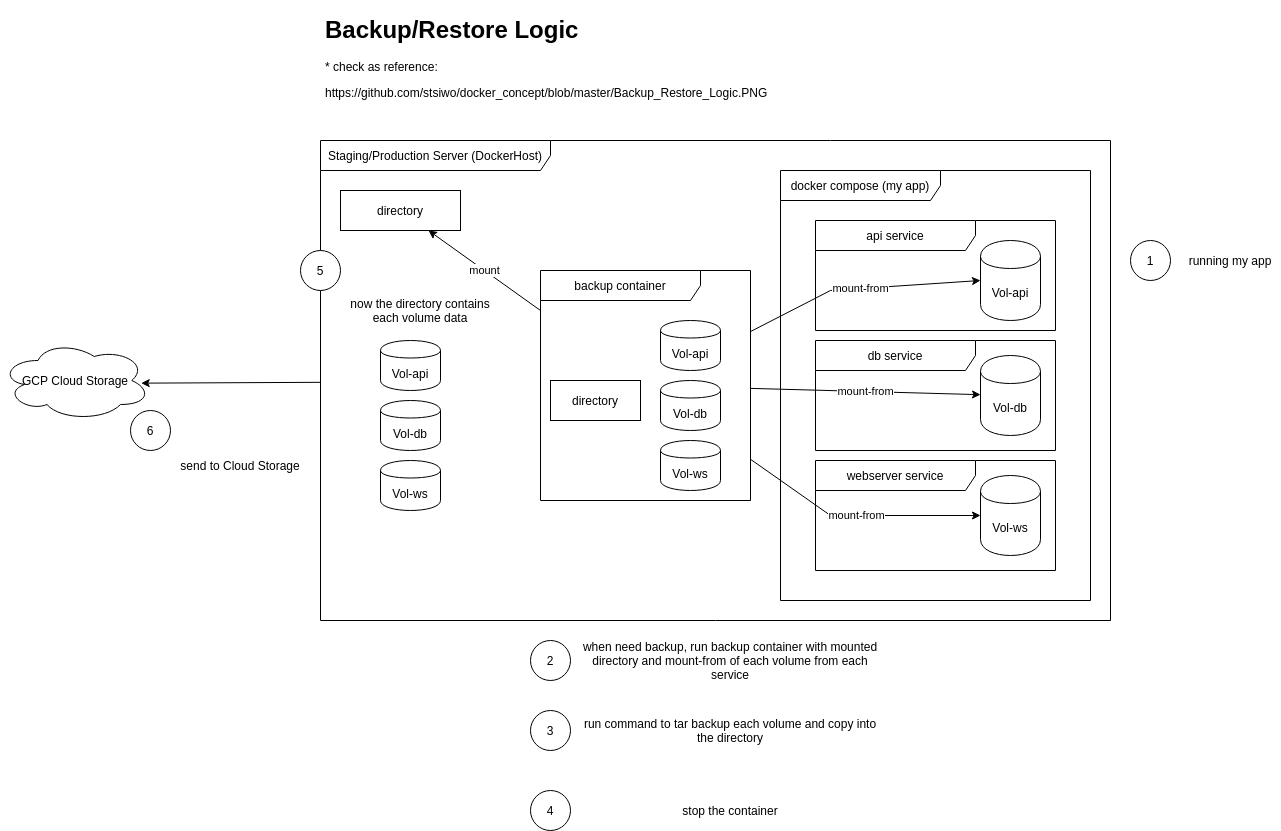
This is Backup_Logic.PNG from stsiwo/sts_blogs, a draw.io export, as it was before one commit. Source tidied: cells renumbered, new cells last; positions are measured from the earlier drawing's top-left corner, leaving out a move shared by most shapes. The source it was exported from:
```xml
<mxGraphModel>
  <root>
    <mxCell id="0" />
    <mxCell id="1" parent="0" />
    <mxCell id="2" value="&lt;h1&gt;Backup/Restore Logic&amp;nbsp;&lt;/h1&gt;&lt;p&gt;* check as reference:&amp;nbsp;&lt;/p&gt;&lt;a href=&quot;https://github.com/stsiwo/docker_concept/blob/master/Backup_Restore_Logic.PNG&quot;&gt;https://github.com/stsiwo/docker_concept/blob/master/Backup_Restore_Logic.PNG&lt;/a&gt;&lt;br&gt;&lt;br&gt;" style="text;html=1;strokeColor=none;fillColor=none;spacing=5;spacingTop=-20;whiteSpace=wrap;overflow=hidden;rounded=0;" parent="1" vertex="1">
      <mxGeometry x="320" width="490" height="120" as="geometry" />
    </mxCell>
    <mxCell id="3" style="edgeStyle=none;rounded=0;jettySize=auto;html=1;entryX=0.938;entryY=0.533;entryDx=0;entryDy=0;entryPerimeter=0;" parent="1" edge="1" source="4" target="32">
      <mxGeometry relative="1" as="geometry" />
    </mxCell>
    <mxCell id="4" value="Staging/Production Server (DockerHost)" style="shape=umlFrame;whiteSpace=wrap;html=1;width=230;height=30;" parent="1" vertex="1">
      <mxGeometry x="320" y="130" width="790" height="480" as="geometry" />
    </mxCell>
    <mxCell id="5" value="docker compose (my app)" style="shape=umlFrame;whiteSpace=wrap;html=1;width=160;height=30;" parent="1" vertex="1">
      <mxGeometry x="780" y="160" width="310" height="430" as="geometry" />
    </mxCell>
    <mxCell id="6" value="mount-from" style="edgeStyle=none;rounded=0;jettySize=auto;html=1;entryX=0;entryY=0.5;entryDx=0;entryDy=0;" parent="1" edge="1" source="10" target="15">
      <mxGeometry relative="1" as="geometry">
        <Array as="points">
          <mxPoint x="830" y="280" />
        </Array>
      </mxGeometry>
    </mxCell>
    <mxCell id="7" value="mount-from" style="edgeStyle=none;rounded=0;jettySize=auto;html=1;" parent="1" edge="1" source="10" target="16">
      <mxGeometry relative="1" as="geometry" />
    </mxCell>
    <mxCell id="8" value="mount-from" style="edgeStyle=none;rounded=0;jettySize=auto;html=1;entryX=0;entryY=0.5;entryDx=0;entryDy=0;" parent="1" edge="1" source="10" target="17">
      <mxGeometry relative="1" as="geometry">
        <Array as="points">
          <mxPoint x="830" y="505" />
        </Array>
      </mxGeometry>
    </mxCell>
    <mxCell id="9" value="mount" style="edgeStyle=none;rounded=0;jettySize=auto;html=1;" parent="1" edge="1" source="10" target="11">
      <mxGeometry relative="1" as="geometry" />
    </mxCell>
    <mxCell id="10" value="backup container" style="shape=umlFrame;whiteSpace=wrap;html=1;width=160;height=30;" parent="1" vertex="1">
      <mxGeometry x="540" y="260" width="210" height="230" as="geometry" />
    </mxCell>
    <mxCell id="11" value="directory" style="rounded=0;whiteSpace=wrap;html=1;" parent="1" vertex="1">
      <mxGeometry x="340" y="180" width="120" height="40" as="geometry" />
    </mxCell>
    <mxCell id="12" value="api service" style="shape=umlFrame;whiteSpace=wrap;html=1;width=160;height=30;" parent="1" vertex="1">
      <mxGeometry x="815" y="210" width="240" height="110" as="geometry" />
    </mxCell>
    <mxCell id="13" value="db service" style="shape=umlFrame;whiteSpace=wrap;html=1;width=160;height=30;" parent="1" vertex="1">
      <mxGeometry x="815" y="330" width="240" height="110" as="geometry" />
    </mxCell>
    <mxCell id="14" value="webserver service" style="shape=umlFrame;whiteSpace=wrap;html=1;width=160;height=30;" parent="1" vertex="1">
      <mxGeometry x="815" y="450" width="240" height="110" as="geometry" />
    </mxCell>
    <mxCell id="15" value="Vol-api" style="shape=cylinder;whiteSpace=wrap;html=1;boundedLbl=1;backgroundOutline=1;" parent="1" vertex="1">
      <mxGeometry x="980" y="230" width="60" height="80" as="geometry" />
    </mxCell>
    <mxCell id="16" value="Vol-db" style="shape=cylinder;whiteSpace=wrap;html=1;boundedLbl=1;backgroundOutline=1;" parent="1" vertex="1">
      <mxGeometry x="980" y="345" width="60" height="80" as="geometry" />
    </mxCell>
    <mxCell id="17" value="Vol-ws" style="shape=cylinder;whiteSpace=wrap;html=1;boundedLbl=1;backgroundOutline=1;" parent="1" vertex="1">
      <mxGeometry x="980" y="465" width="60" height="80" as="geometry" />
    </mxCell>
    <mxCell id="18" value="Vol-api" style="shape=cylinder;whiteSpace=wrap;html=1;boundedLbl=1;backgroundOutline=1;" parent="1" vertex="1">
      <mxGeometry x="660" y="310" width="60" height="50" as="geometry" />
    </mxCell>
    <mxCell id="19" value="Vol-db" style="shape=cylinder;whiteSpace=wrap;html=1;boundedLbl=1;backgroundOutline=1;" parent="1" vertex="1">
      <mxGeometry x="660" y="370" width="60" height="50" as="geometry" />
    </mxCell>
    <mxCell id="20" value="Vol-ws" style="shape=cylinder;whiteSpace=wrap;html=1;boundedLbl=1;backgroundOutline=1;" parent="1" vertex="1">
      <mxGeometry x="660" y="430" width="60" height="50" as="geometry" />
    </mxCell>
    <mxCell id="21" value="directory" style="rounded=0;whiteSpace=wrap;html=1;" parent="1" vertex="1">
      <mxGeometry x="550" y="370" width="90" height="40" as="geometry" />
    </mxCell>
    <mxCell id="22" value="1" style="ellipse;whiteSpace=wrap;html=1;" parent="1" vertex="1">
      <mxGeometry x="1130" y="230" width="40" height="40" as="geometry" />
    </mxCell>
    <mxCell id="23" value="running my app" style="text;html=1;strokeColor=none;fillColor=none;align=center;verticalAlign=middle;whiteSpace=wrap;rounded=0;" parent="1" vertex="1">
      <mxGeometry x="1180" y="240" width="100" height="20" as="geometry" />
    </mxCell>
    <mxCell id="24" value="2" style="ellipse;whiteSpace=wrap;html=1;" parent="1" vertex="1">
      <mxGeometry x="530" y="630" width="40" height="40" as="geometry" />
    </mxCell>
    <mxCell id="25" value="when need backup, run backup container with mounted directory and mount-from of each volume from each service" style="text;html=1;strokeColor=none;fillColor=none;align=center;verticalAlign=middle;whiteSpace=wrap;rounded=0;" parent="1" vertex="1">
      <mxGeometry x="580" y="640" width="300" height="20" as="geometry" />
    </mxCell>
    <mxCell id="26" value="3" style="ellipse;whiteSpace=wrap;html=1;" parent="1" vertex="1">
      <mxGeometry x="530" y="700" width="40" height="40" as="geometry" />
    </mxCell>
    <mxCell id="27" value="run command to tar backup each volume and copy into the directory" style="text;html=1;strokeColor=none;fillColor=none;align=center;verticalAlign=middle;whiteSpace=wrap;rounded=0;" parent="1" vertex="1">
      <mxGeometry x="580" y="710" width="300" height="20" as="geometry" />
    </mxCell>
    <mxCell id="28" value="4" style="ellipse;whiteSpace=wrap;html=1;" parent="1" vertex="1">
      <mxGeometry x="530" y="780" width="40" height="40" as="geometry" />
    </mxCell>
    <mxCell id="29" value="stop the container" style="text;html=1;strokeColor=none;fillColor=none;align=center;verticalAlign=middle;whiteSpace=wrap;rounded=0;" parent="1" vertex="1">
      <mxGeometry x="580" y="790" width="300" height="20" as="geometry" />
    </mxCell>
    <mxCell id="30" value="5" style="ellipse;whiteSpace=wrap;html=1;" parent="1" vertex="1">
      <mxGeometry x="300" y="240" width="40" height="40" as="geometry" />
    </mxCell>
    <mxCell id="31" value="now the directory contains each volume data" style="text;html=1;strokeColor=none;fillColor=none;align=center;verticalAlign=middle;whiteSpace=wrap;rounded=0;" parent="1" vertex="1">
      <mxGeometry x="340" y="290" width="160" height="20" as="geometry" />
    </mxCell>
    <mxCell id="32" value="GCP Cloud Storage" style="ellipse;shape=cloud;whiteSpace=wrap;html=1;" parent="1" vertex="1">
      <mxGeometry y="330" width="150" height="80" as="geometry" />
    </mxCell>
    <mxCell id="33" value="Vol-api" style="shape=cylinder;whiteSpace=wrap;html=1;boundedLbl=1;backgroundOutline=1;" parent="1" vertex="1">
      <mxGeometry x="380" y="330" width="60" height="50" as="geometry" />
    </mxCell>
    <mxCell id="34" value="Vol-db" style="shape=cylinder;whiteSpace=wrap;html=1;boundedLbl=1;backgroundOutline=1;" parent="1" vertex="1">
      <mxGeometry x="380" y="390" width="60" height="50" as="geometry" />
    </mxCell>
    <mxCell id="35" value="Vol-ws" style="shape=cylinder;whiteSpace=wrap;html=1;boundedLbl=1;backgroundOutline=1;" parent="1" vertex="1">
      <mxGeometry x="380" y="450" width="60" height="50" as="geometry" />
    </mxCell>
    <mxCell id="36" value="6" style="ellipse;whiteSpace=wrap;html=1;" parent="1" vertex="1">
      <mxGeometry x="130" y="400" width="40" height="40" as="geometry" />
    </mxCell>
    <mxCell id="37" value="send to Cloud Storage" style="text;html=1;strokeColor=none;fillColor=none;align=center;verticalAlign=middle;whiteSpace=wrap;rounded=0;" parent="1" vertex="1">
      <mxGeometry x="160" y="445" width="160" height="20" as="geometry" />
    </mxCell>
  </root>
</mxGraphModel>
```
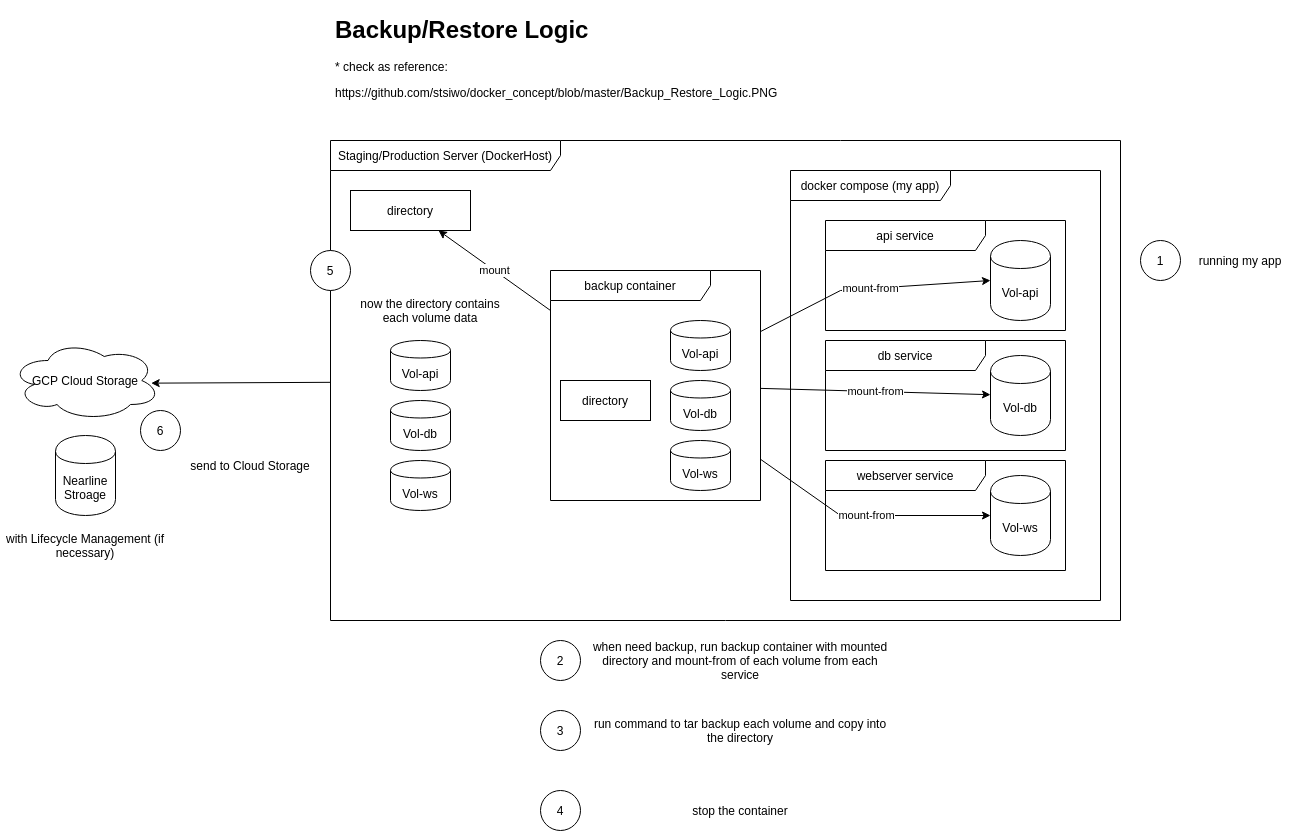
The same diagram one commit later.

What changed in the source:
```diff
@@ -118,5 +118,11 @@
     <mxCell id="37" value="send to Cloud Storage" style="text;html=1;strokeColor=none;fillColor=none;align=center;verticalAlign=middle;whiteSpace=wrap;rounded=0;" parent="1" vertex="1">
       <mxGeometry x="160" y="445" width="160" height="20" as="geometry" />
     </mxCell>
+    <mxCell id="38" value="Nearline&lt;br&gt;Stroage" style="shape=cylinder;whiteSpace=wrap;html=1;boundedLbl=1;backgroundOutline=1;" parent="1" vertex="1">
+      <mxGeometry x="45" y="425" width="60" height="80" as="geometry" />
+    </mxCell>
+    <mxCell id="39" value="with Lifecycle Management (if necessary)" style="text;html=1;strokeColor=none;fillColor=none;align=center;verticalAlign=middle;whiteSpace=wrap;rounded=0;" parent="1" vertex="1">
+      <mxGeometry x="-10" y="525" width="170" height="20" as="geometry" />
+    </mxCell>
   </root>
 </mxGraphModel>
```
